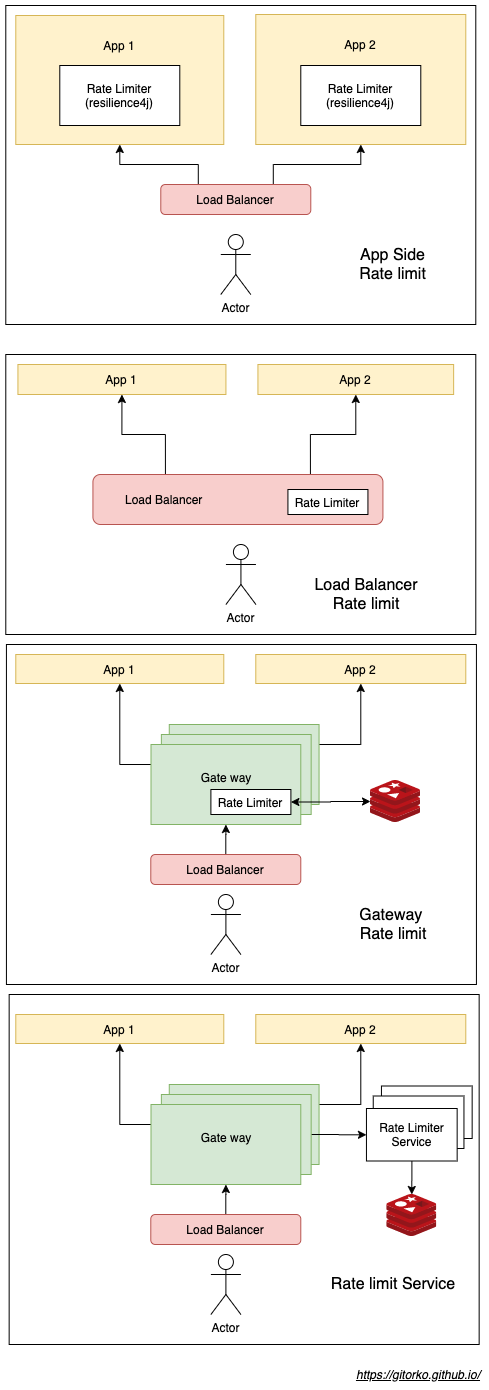
Earlier version of the draw.io export post/grokking-the-coding-interview/rate-limit-distributed.png (gitorko/gitorko.github.io). Source tidied: cells renumbered, new cells last; positions are measured from the earlier drawing's top-left corner, leaving out a move shared by most shapes.
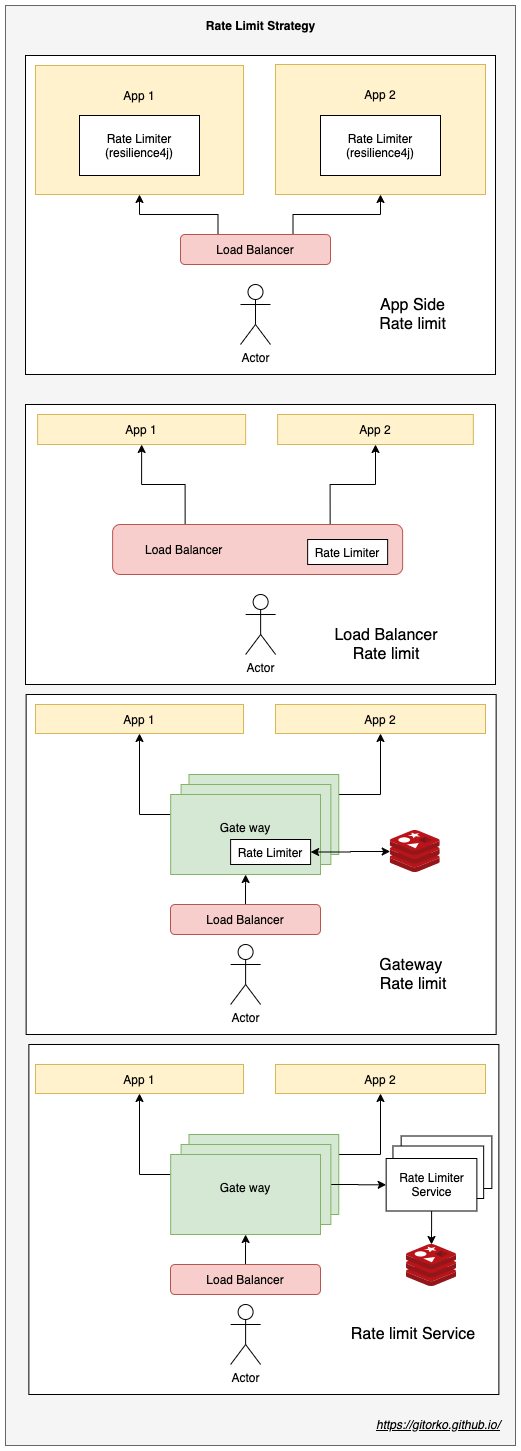
Later version of the same file.

Change to the diagram source:
```diff
@@ -2,6 +2,9 @@
   <root>
     <mxCell id="0" />
     <mxCell id="1" parent="0" />
+    <mxCell id="55" style="rounded=0;whiteSpace=wrap;html=1;fillColor=#f5f5f5;strokeColor=#666666;fontColor=#333333;" parent="1" vertex="1">
+      <mxGeometry x="-19.7" y="-50" width="510" height="1440" as="geometry" />
+    </mxCell>
     <mxCell id="2" style="rounded=0;whiteSpace=wrap;html=1;" parent="1" vertex="1">
       <mxGeometry x="0.3" y="349" width="470" height="280" as="geometry" />
     </mxCell>
@@ -153,7 +156,7 @@
       <mxGeometry x="381.3" y="1189" width="50" height="42" as="geometry" />
     </mxCell>
     <mxCell id="52" value="Rate Limiter Service" style="rounded=0;whiteSpace=wrap;html=1;" parent="1" vertex="1">
-      <mxGeometry x="367.7" y="1090.5" width="90.7" height="52.5" as="geometry" />
+      <mxGeometry x="367.8" y="1090.5" width="90.7" height="52.5" as="geometry" />
     </mxCell>
     <mxCell id="53" style="edgeStyle=orthogonalEdgeStyle;rounded=0;jettySize=auto;html=1;" parent="1" edge="1" source="54" target="51">
       <mxGeometry relative="1" as="geometry" />
@@ -161,5 +164,8 @@
     <mxCell id="54" value="Rate Limiter Service" style="rounded=0;whiteSpace=wrap;html=1;" parent="1" vertex="1">
       <mxGeometry x="361" y="1103" width="90.7" height="52.5" as="geometry" />
     </mxCell>
+    <mxCell id="56" value="Rate Limit Strategy" style="text;html=1;strokeColor=none;fillColor=none;align=center;verticalAlign=middle;whiteSpace=wrap;rounded=0;fontStyle=1;" parent="1" vertex="1">
+      <mxGeometry x="163.4" y="-40" width="145" height="20" as="geometry" />
+    </mxCell>
   </root>
 </mxGraphModel>
```
